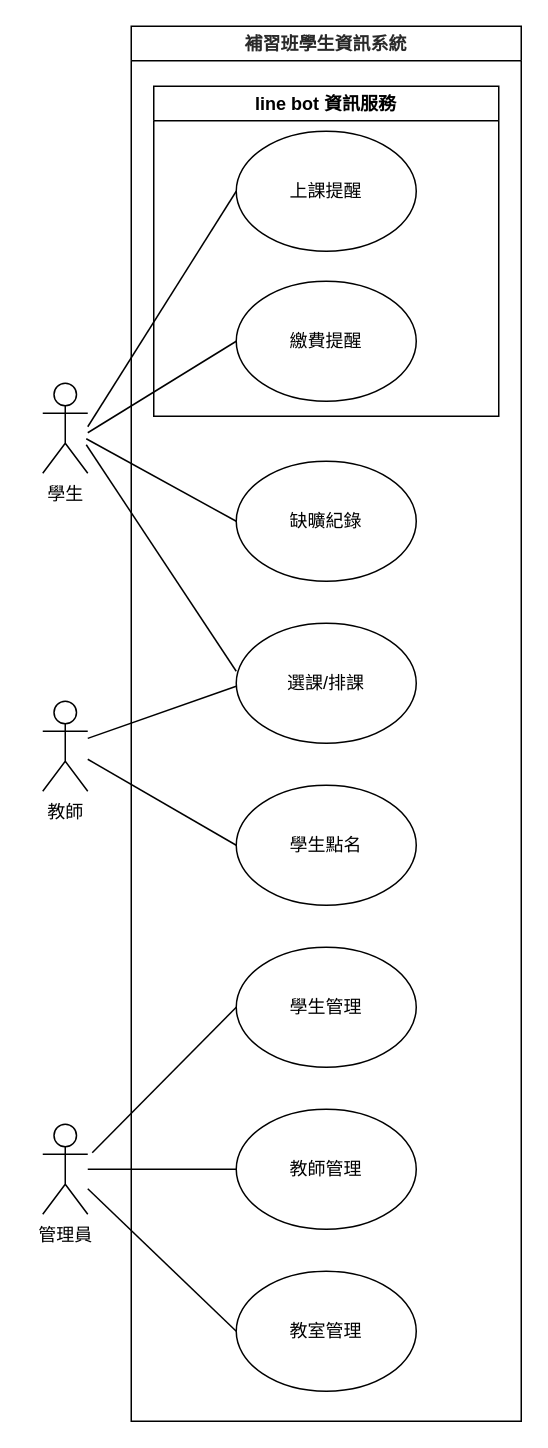
Above: page "使用個案圖" (2 of 12) of 各種圖/圖2.drawio in LinYiChen01/NNCS_Dashboard (draw.io), before the change. Source tidied: cells renumbered, new cells numbered last; positions are measured from the earlier drawing's top-left corner, leaving out a move shared by most shapes. Both pictures are drawn from the tidied source at 150%, with x=0, y=0 at pixel (42, 26).
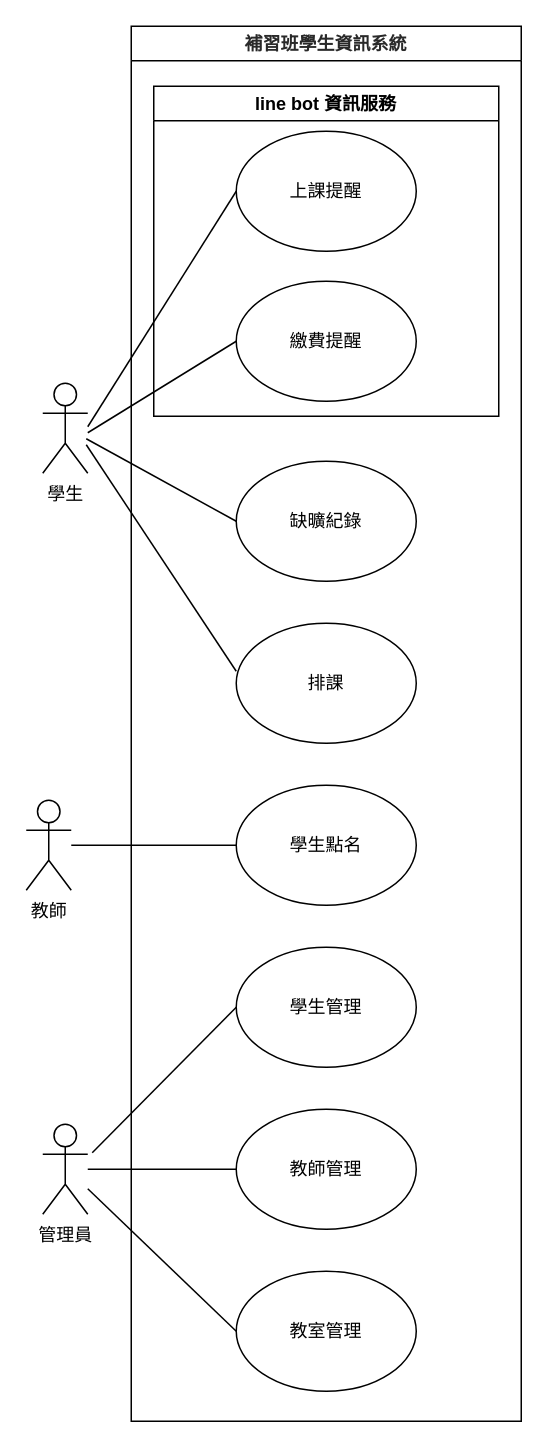
The same diagram, later.

Change to the diagram source:
```diff
@@
-    <mxCell id="7" value="選課/排課" style="ellipse;whiteSpace=wrap;html=1;" parent="1" vertex="1">
+    <mxCell id="7" value="排課" style="ellipse;whiteSpace=wrap;html=1;" parent="1" vertex="1">
       <mxGeometry x="129" y="398" width="120" height="80" as="geometry" />
     </mxCell>
@@
-    <mxCell id="9" style="rounded=0;jettySize=auto;html=1;endArrow=none;endFill=0;" parent="1" edge="1" source="10">
-      <mxGeometry relative="1" as="geometry">
-        <mxPoint x="129" y="440" as="targetPoint" />
-      </mxGeometry>
-    </mxCell>
     <mxCell id="10" value="教師" style="shape=umlActor;verticalLabelPosition=bottom;verticalAlign=top;html=1;outlineConnect=0;" parent="1" vertex="1">
-      <mxGeometry y="450" width="30" height="60" as="geometry" />
+      <mxGeometry x="-11" y="516" width="30" height="60" as="geometry" />
     </mxCell>
```
